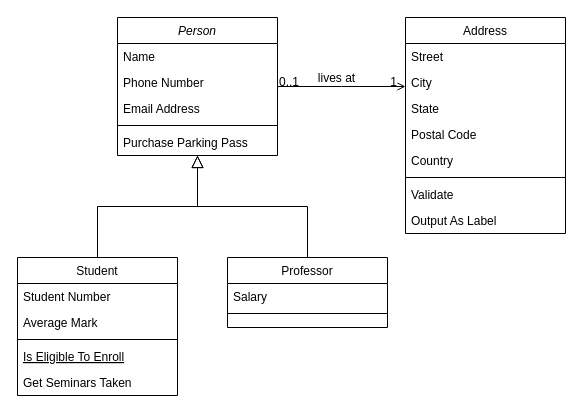
Above: frontend/categories/Untitled Diagram.drawio in HunnySajid/draw (draw.io), before the change. Source tidied: cells renumbered, new cells numbered last; positions are measured from the earlier drawing's top-left corner, leaving out a move shared by most shapes. Both pictures are drawn from the tidied source at 100%, with x=0, y=0 at pixel (17, 17).
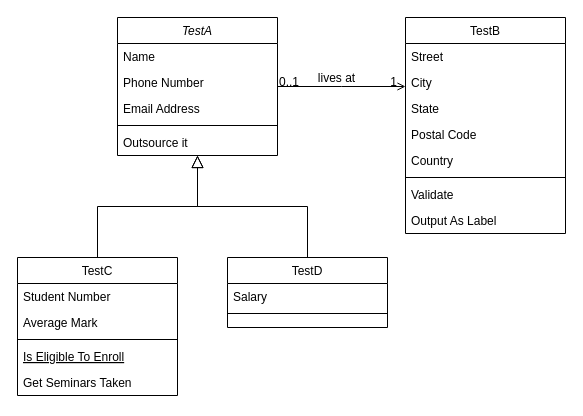
Above is the later version.

Diff of the diagram source:
```diff
@@
-    <mxCell id="2" value="Person" style="swimlane;fontStyle=2;align=center;verticalAlign=top;horizontal=1;startSize=26;rounded=0;shadow=0;strokeWidth=1;" parent="1" vertex="1">
+    <mxCell id="2" value="TestA" style="swimlane;fontStyle=2;align=center;verticalAlign=top;horizontal=1;startSize=26;rounded=0;shadow=0;strokeWidth=1;" parent="1" vertex="1">
       <mxGeometry x="100" width="160" height="138" as="geometry" />
     </mxCell>
@@
-    <mxCell id="7" value="Purchase Parking Pass" style="text;align=left;verticalAlign=top;spacingLeft=4;spacingRight=4;overflow=hidden;" parent="2" vertex="1">
+    <mxCell id="7" value="Outsource it" style="text;align=left;verticalAlign=top;spacingLeft=4;spacingRight=4;overflow=hidden;" parent="2" vertex="1">
       <mxGeometry y="112" width="160" height="26" as="geometry" />
     </mxCell>
-    <mxCell id="8" value="Student" style="swimlane;fontStyle=0;align=center;verticalAlign=top;horizontal=1;startSize=26;rounded=0;shadow=0;strokeWidth=1;" parent="1" vertex="1">
+    <mxCell id="8" value="TestC" style="swimlane;fontStyle=0;align=center;verticalAlign=top;horizontal=1;startSize=26;rounded=0;shadow=0;strokeWidth=1;" parent="1" vertex="1">
       <mxGeometry y="240" width="160" height="138" as="geometry" />
     </mxCell>
@@
-    <mxCell id="15" value="Professor" style="swimlane;fontStyle=0;align=center;verticalAlign=top;horizontal=1;startSize=26;rounded=0;shadow=0;strokeWidth=1;" parent="1" vertex="1">
+    <mxCell id="15" value="TestD" style="swimlane;fontStyle=0;align=center;verticalAlign=top;horizontal=1;startSize=26;rounded=0;shadow=0;strokeWidth=1;" parent="1" vertex="1">
       <mxGeometry x="210" y="240" width="160" height="70" as="geometry" />
     </mxCell>
@@
-    <mxCell id="19" value="Address" style="swimlane;fontStyle=0;align=center;verticalAlign=top;horizontal=1;startSize=26;rounded=0;shadow=0;strokeWidth=1;" parent="1" vertex="1">
+    <mxCell id="19" value="TestB" style="swimlane;fontStyle=0;align=center;verticalAlign=top;horizontal=1;startSize=26;rounded=0;shadow=0;strokeWidth=1;" parent="1" vertex="1">
       <mxGeometry x="388" width="160" height="216" as="geometry" />
     </mxCell>
```
